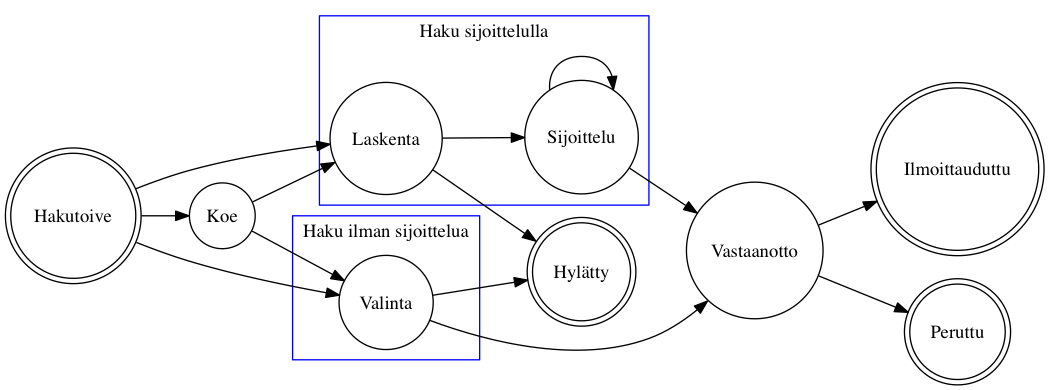
Above: hakuprosessi.png in Opetushallitus/dokumentaatio (Graphviz), before the change. Its source is kept beside it as hakuprosessi.dot.
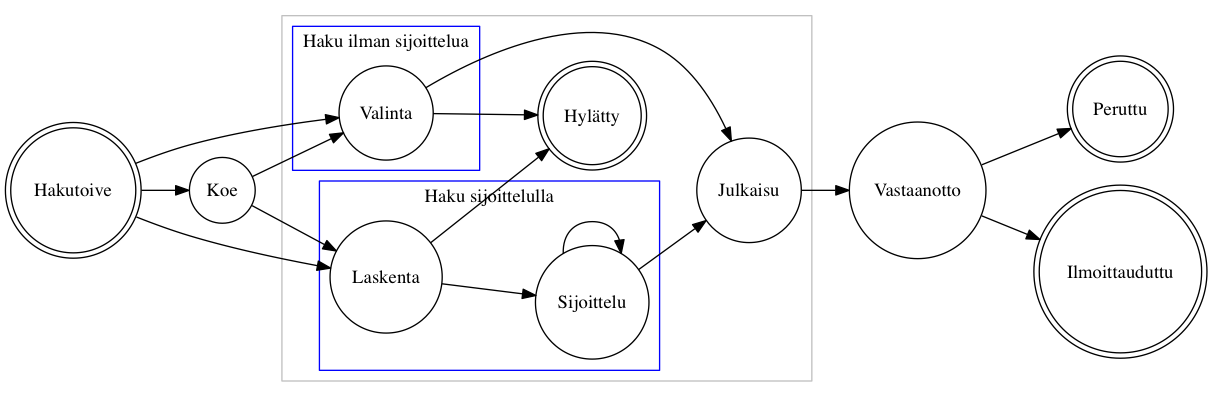
The same file after the commit.

Commit message:
Julkaisutila hakuprosessiin

Change to the diagram source:
```diff
@@ -1,30 +1,37 @@
 digraph haku {
   rankdir=LR;
   node [shape = circle];
-  Vastaanotto -> Ilmoittauduttu
-  subgraph cluster_lisahaku {
-      label="Haku ilman sijoittelua"
-      color=blue
-      VALINTA_y
+  subgraph cluster_virkailija {
+      color=gray
+      subgraph cluster_lisahaku {
+          label="Haku ilman sijoittelua"
+          color=blue
+          Valinta
+      }
+      subgraph cluster_yhteishaku {
+          label="Haku sijoittelulla"
+          color=blue
+          Laskenta -> Sijoittelu
+          Sijoittelu -> Sijoittelu
+      }
+      Valinta -> Hylätty
+      Laskenta -> Hylätty
+      Sijoittelu -> Julkaisu
+      Valinta -> Julkaisu
   }
-  subgraph cluster_yhteishaku {
-      label="Haku sijoittelulla"
-      color=blue
-      Laskenta -> Sijoittelu
-      Sijoittelu -> Sijoittelu
-  }
-  VALINTA_y -> Vastaanotto
-  Sijoittelu -> Vastaanotto
-  Hakutoive -> VALINTA_y
+  Hakutoive -> Valinta
   Hakutoive -> Laskenta
   Hakutoive -> Koe
+
   Koe -> Laskenta
-  Koe -> VALINTA_y
-  VALINTA_y[label="Valinta"]
-  VALINTA_y -> Hylätty
-  Laskenta -> Hylätty
+  Koe -> Valinta
+
+  Julkaisu -> Vastaanotto
+
+  Vastaanotto -> Peruttu
+  Vastaanotto -> Ilmoittauduttu
+
   Hakutoive[shape="doublecircle"]
-  Vastaanotto -> Peruttu
   Ilmoittauduttu[shape="doublecircle"]
   Peruttu[shape="doublecircle"]
   Hylätty[shape="doublecircle"]
```
